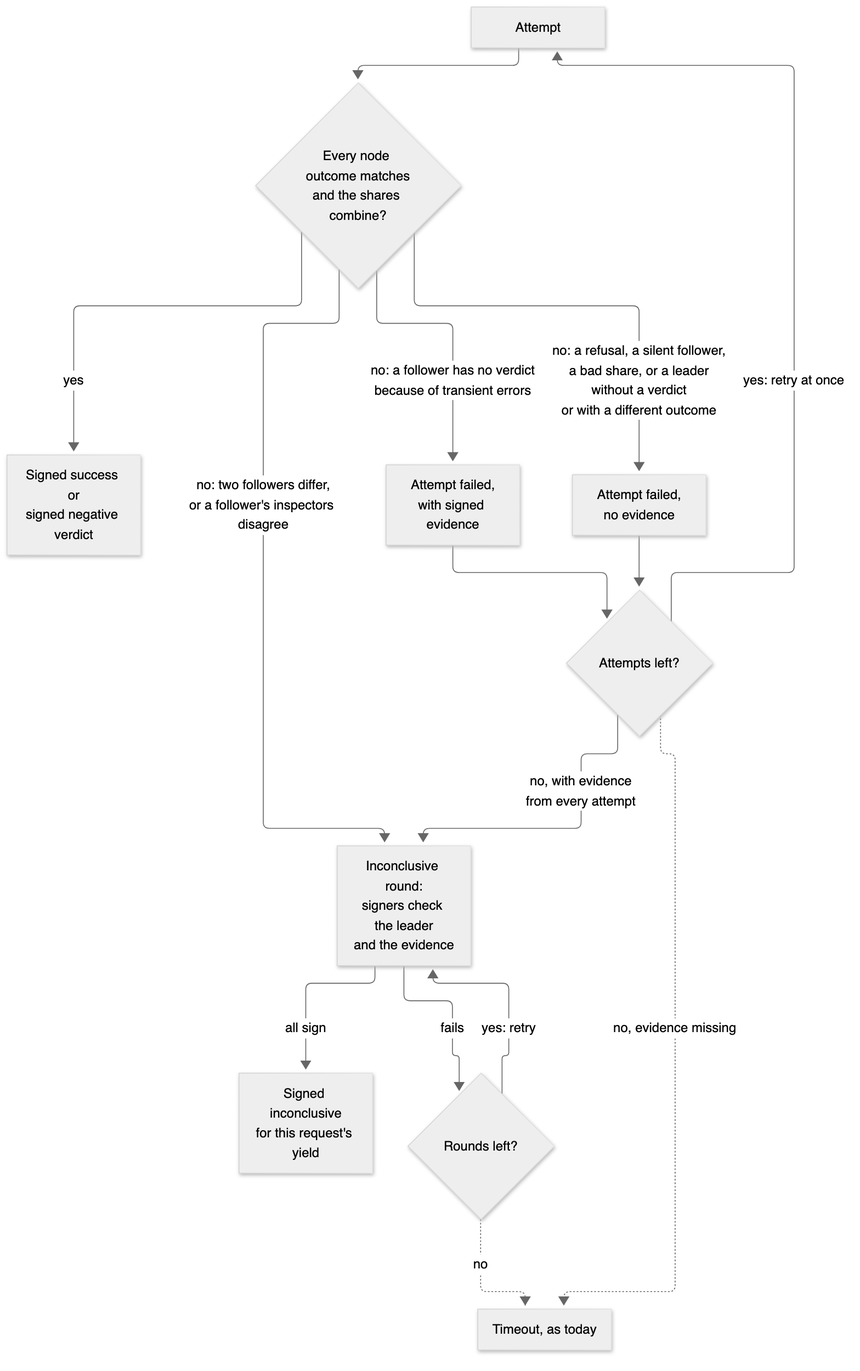
The Mermaid diagram docs/design/signed-foreign-transaction-outcomes/attachments/attempts.png in near/mpc, before a commit. Its source is kept beside it as docs/design/signed-foreign-transaction-outcomes/attachments/attempts.mmd.
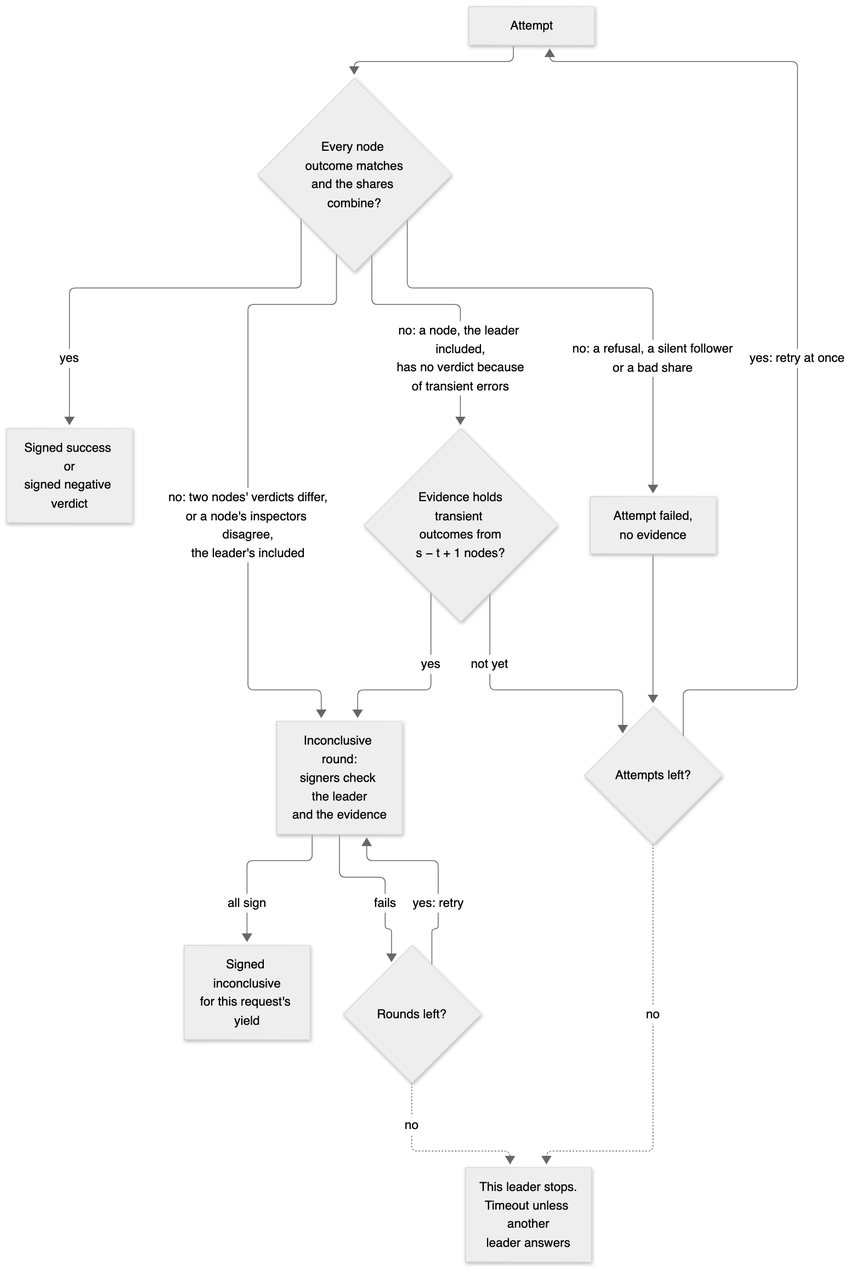
After the commit.

Commit message:
docs: fold acting leaders and fail fast evidence into the signed outcomes design

What changed in the source:
```diff
@@ -1,15 +1,15 @@
 flowchart TD
     A["Attempt"] --> Q{"Every node outcome matches<br/>and the shares combine?"}
     Q -->|"yes"| S["Signed success or<br/>signed negative verdict"]
-    Q -->|"no: two followers differ,<br/>or a follower's inspectors disagree"| I
-    Q -->|"no: a follower has no verdict<br/>because of transient errors"| N["Attempt failed,<br/>with signed evidence"]
-    Q -->|"no: a refusal, a silent follower,<br/>a bad share, or a leader<br/>without a verdict<br/>or with a different outcome"| U["Attempt failed,<br/>no evidence"]
-    N --> B{"Attempts left?"}
+    Q -->|"no: two nodes' verdicts differ,<br/>or a node's inspectors disagree,<br/>the leader's included"| I
+    Q -->|"no: a node, the leader included,<br/>has no verdict because<br/>of transient errors"| E{"Evidence holds<br/>transient outcomes from<br/>s − t + 1 nodes?"}
+    Q -->|"no: a refusal, a silent follower<br/>or a bad share"| U["Attempt failed,<br/>no evidence"]
+    E -->|"yes"| I
+    E -->|"not yet"| B{"Attempts left?"}
     U --> B
     B -->|"yes: retry at once"| A
-    B -->|"no, with evidence<br/>from every attempt"| I["Inconclusive round:<br/>signers check the leader<br/>and the evidence"]
-    B -.->|"no, evidence missing"| T["Timeout, as today"]
-    I -->|"all sign"| IS["Signed inconclusive<br/>for this request's yield"]
+    B -.->|"no"| T["This leader stops.<br/>Timeout unless another<br/>leader answers"]
+    I["Inconclusive round:<br/>signers check the leader<br/>and the evidence"] -->|"all sign"| IS["Signed inconclusive<br/>for this request's yield"]
     I -->|"fails"| R{"Rounds left?"}
     R -->|"yes: retry"| I
     R -.->|"no"| T
```
